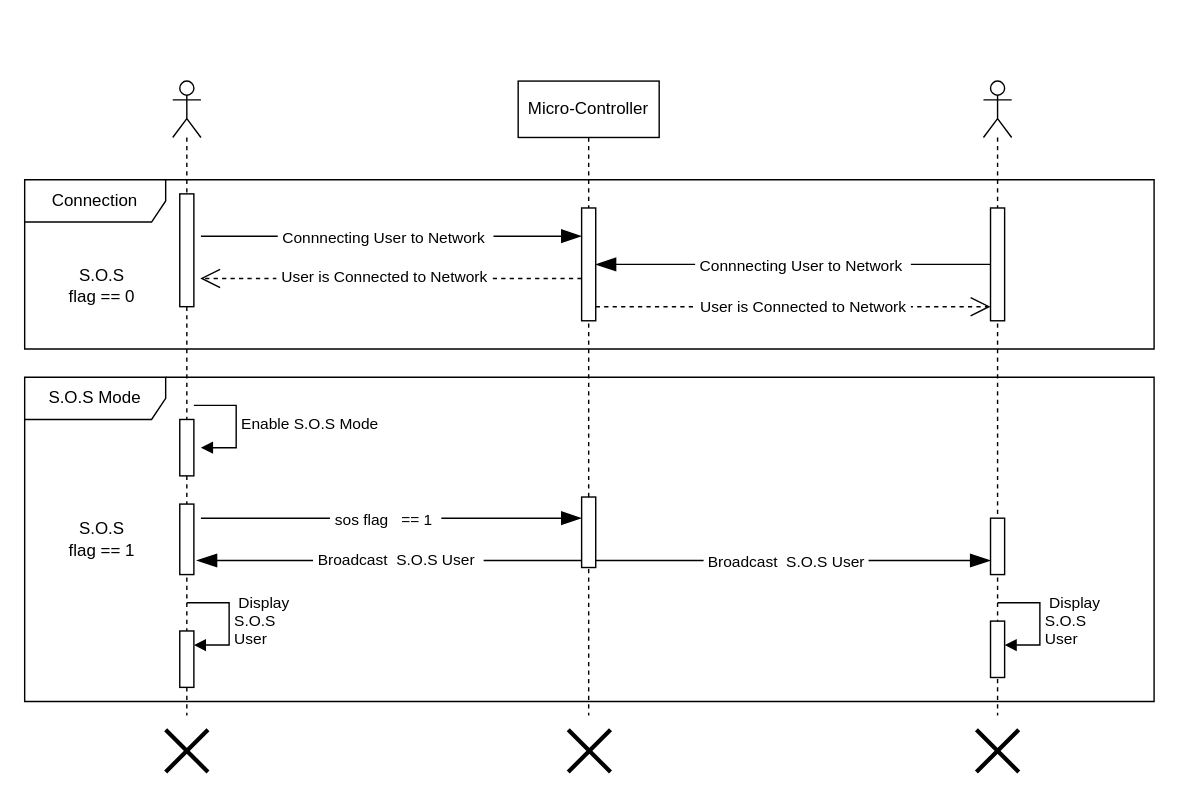
Above: Figures/Sequence Diagram/Draw-io/AndroCom_SequenceDiagram_S.O.SMode.drawio in imharris24/AndroCom-Android (draw.io), before the change. Source tidied: cells renumbered, new cells numbered last; positions are measured from the earlier drawing's top-left corner, leaving out a move shared by most shapes. Both pictures are drawn from the tidied source at 141%, with x=0, y=0 at pixel (24, 80).
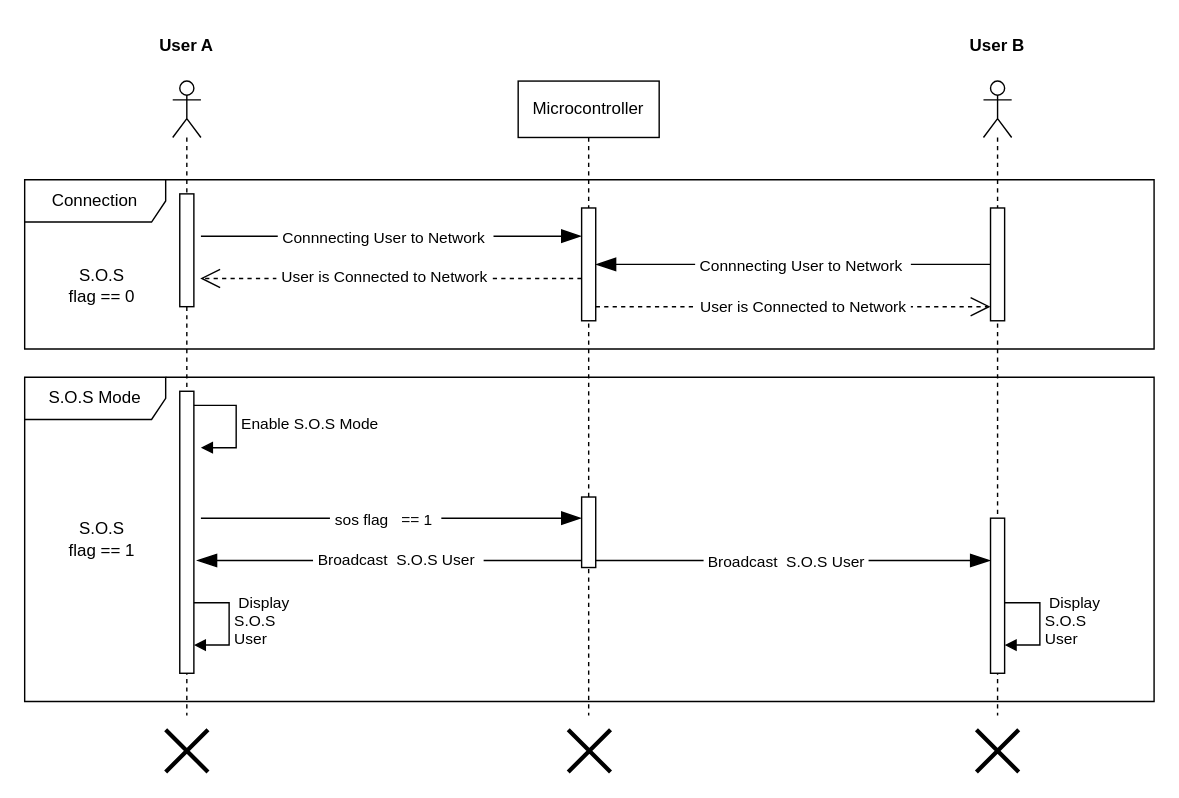
Above is the later version.

Commit message (it also covers changes not shown here):
Updating Sequence Diagram

Unchanged cells that the change refers to:
```xml
<mxCell id="4" style="shape=umlLifeline;perimeter=lifelinePerimeter;whiteSpace=wrap;html=1;newEdgeStyle={&quot;curved&quot;:0,&quot;rounded&quot;:0};participant=umlActor;" parent="1" vertex="1">
  <mxGeometry x="105" width="20" height="450" as="geometry" />
</mxCell>
<mxCell id="12" style="shape=umlLifeline;perimeter=lifelinePerimeter;whiteSpace=wrap;html=1;newEdgeStyle={&quot;curved&quot;:0,&quot;rounded&quot;:0};participant=umlActor;" parent="1" vertex="1">
  <mxGeometry x="680" width="20" height="450" as="geometry" />
</mxCell>
```

The edit, as a diff of the source:
```diff
@@
-    <mxCell id="2" value="Micro-Controller" style="shape=umlLifeline;perimeter=lifelinePerimeter;whiteSpace=wrap;html=1;newEdgeStyle={&quot;edgeStyle&quot;:&quot;elbowEdgeStyle&quot;,&quot;elbow&quot;:&quot;vertical&quot;,&quot;curved&quot;:0,&quot;rounded&quot;:0};" parent="1" vertex="1">
+    <mxCell id="2" value="Microcontroller" style="shape=umlLifeline;perimeter=lifelinePerimeter;whiteSpace=wrap;html=1;newEdgeStyle={&quot;edgeStyle&quot;:&quot;elbowEdgeStyle&quot;,&quot;elbow&quot;:&quot;vertical&quot;,&quot;curved&quot;:0,&quot;rounded&quot;:0};" parent="1" vertex="1">
       <mxGeometry x="350" width="100" height="450" as="geometry" />
     </mxCell>
@@
-    <mxCell id="6" style="html=1;perimeter=orthogonalPerimeter;targetShapes=umlLifeline;newEdgeStyle={&quot;curved&quot;:0,&quot;rounded&quot;:0};" parent="4" vertex="1">
-      <mxGeometry x="5" y="240" width="10" height="40" as="geometry" />
-    </mxCell>
+    <mxCell id="9" value="&amp;nbsp;Display&lt;br&gt;S.O.S&lt;br style=&quot;border-color: var(--border-color);&quot;&gt;User" style="html=1;align=left;spacingLeft=2;endArrow=block;rounded=0;edgeStyle=orthogonalEdgeStyle;curved=0;rounded=0;" parent="4" edge="1">
+      <mxGeometry relative="1" as="geometry">
+        <mxPoint x="10" y="370" as="sourcePoint" />
+        <mxPoint x="15" y="400" as="targetPoint" />
+        <Array as="points">
+          <mxPoint x="40" y="400" />
+        </Array>
+      </mxGeometry>
+    </mxCell>
     <mxCell id="7" style="html=1;perimeter=orthogonalPerimeter;targetShapes=umlLifeline;newEdgeStyle={&quot;curved&quot;:0,&quot;rounded&quot;:0};" parent="4" vertex="1">
-      <mxGeometry x="5" y="300" width="10" height="50" as="geometry" />
+      <mxGeometry x="5" y="220" width="10" height="200" as="geometry" />
     </mxCell>
-    <mxCell id="8" style="html=1;points=[[0,0,0,0,5],[0,1,0,0,-5],[1,0,0,0,5],[1,1,0,0,-5]];perimeter=orthogonalPerimeter;outlineConnect=0;targetShapes=umlLifeline;portConstraint=eastwest;newEdgeStyle={&quot;curved&quot;:0,&quot;rounded&quot;:0};" parent="4" vertex="1">
-      <mxGeometry x="5" y="390" width="10" height="40" as="geometry" />
-    </mxCell>
-    <mxCell id="9" value="&amp;nbsp;Display&lt;br&gt;S.O.S&lt;br style=&quot;border-color: var(--border-color);&quot;&gt;User" style="html=1;align=left;spacingLeft=2;endArrow=block;rounded=0;edgeStyle=orthogonalEdgeStyle;curved=0;rounded=0;" parent="4" edge="1" target="8">
-      <mxGeometry relative="1" as="geometry">
-        <mxPoint x="10" y="370" as="sourcePoint" />
-        <Array as="points">
-          <mxPoint x="40" y="400" />
-        </Array>
-      </mxGeometry>
-    </mxCell>
@@
+    <mxCell id="16" value="&amp;nbsp;Display&lt;br style=&quot;border-color: var(--border-color);&quot;&gt;S.O.S&lt;br style=&quot;border-color: var(--border-color);&quot;&gt;User" style="html=1;align=left;spacingLeft=2;endArrow=block;rounded=0;edgeStyle=orthogonalEdgeStyle;curved=0;rounded=0;" parent="12" edge="1">
+      <mxGeometry relative="1" as="geometry">
+        <mxPoint x="10" y="370" as="sourcePoint" />
+        <mxPoint x="15" y="400" as="targetPoint" />
+        <Array as="points">
+          <mxPoint x="40" y="400" />
+        </Array>
+      </mxGeometry>
+    </mxCell>
     <mxCell id="14" style="html=1;perimeter=orthogonalPerimeter;targetShapes=umlLifeline;newEdgeStyle={&quot;curved&quot;:0,&quot;rounded&quot;:0};" parent="12" vertex="1">
-      <mxGeometry x="5" y="310" width="10" height="40" as="geometry" />
+      <mxGeometry x="5" y="310" width="10" height="110" as="geometry" />
     </mxCell>
-    <mxCell id="15" style="html=1;points=[[0,0,0,0,5],[0,1,0,0,-5],[1,0,0,0,5],[1,1,0,0,-5]];perimeter=orthogonalPerimeter;outlineConnect=0;targetShapes=umlLifeline;portConstraint=eastwest;newEdgeStyle={&quot;curved&quot;:0,&quot;rounded&quot;:0};" parent="12" vertex="1">
-      <mxGeometry x="5" y="383" width="10" height="40" as="geometry" />
-    </mxCell>
-    <mxCell id="16" value="&amp;nbsp;Display&lt;br style=&quot;border-color: var(--border-color);&quot;&gt;S.O.S&lt;br style=&quot;border-color: var(--border-color);&quot;&gt;User" style="html=1;align=left;spacingLeft=2;endArrow=block;rounded=0;edgeStyle=orthogonalEdgeStyle;curved=0;rounded=0;" parent="12" edge="1" target="15">
-      <mxGeometry relative="1" as="geometry">
-        <mxPoint x="10" y="370" as="sourcePoint" />
-        <Array as="points">
-          <mxPoint x="40" y="400" />
-        </Array>
-      </mxGeometry>
-    </mxCell>
@@
+    <mxCell id="38" value="&lt;b&gt;User A&lt;/b&gt;" style="text;html=1;strokeColor=none;fillColor=none;align=center;verticalAlign=middle;whiteSpace=wrap;rounded=0;" parent="1" vertex="1">
+      <mxGeometry x="85" y="-40" width="60" height="30" as="geometry" />
+    </mxCell>
+    <mxCell id="39" value="&lt;b&gt;User B&lt;/b&gt;" style="text;html=1;strokeColor=none;fillColor=none;align=center;verticalAlign=middle;whiteSpace=wrap;rounded=0;" parent="1" vertex="1">
+      <mxGeometry x="660" y="-40" width="60" height="30" as="geometry" />
+    </mxCell>
```
